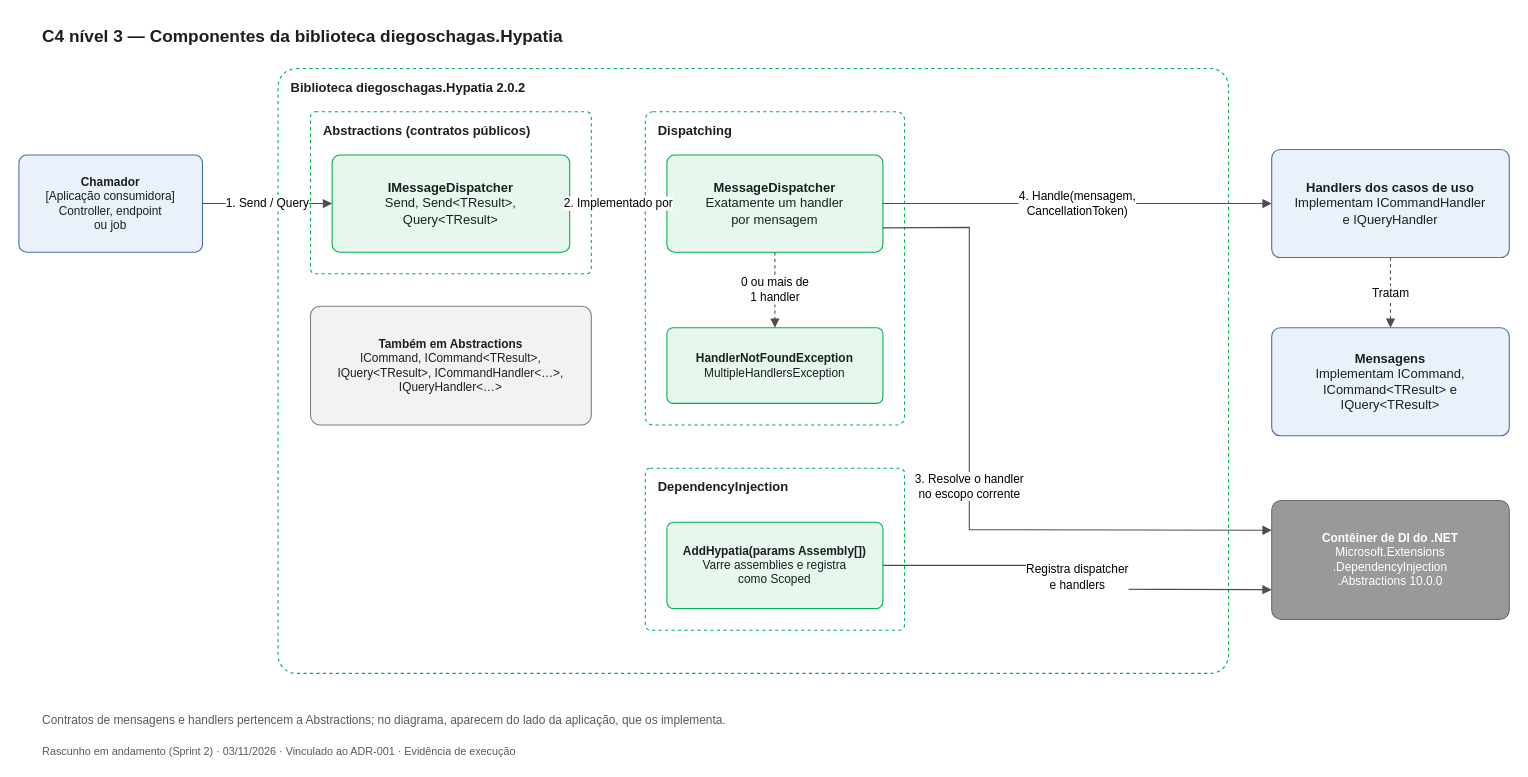
Before: page "4 · C4 nível 3 · Componentes" (4 of 6) of docs/diagramas/hypatia-mapa-do-projeto.drawio in diegoschagas/DSC.Tech.Hypatia, a draw.io diagram. Source tidied: cells renumbered, new cells numbered last; positions are measured from the earlier drawing's top-left corner, leaving out a move shared by most shapes. Both pictures are drawn from the tidied source at 108%, with x=0, y=0 at pixel (18, 18).
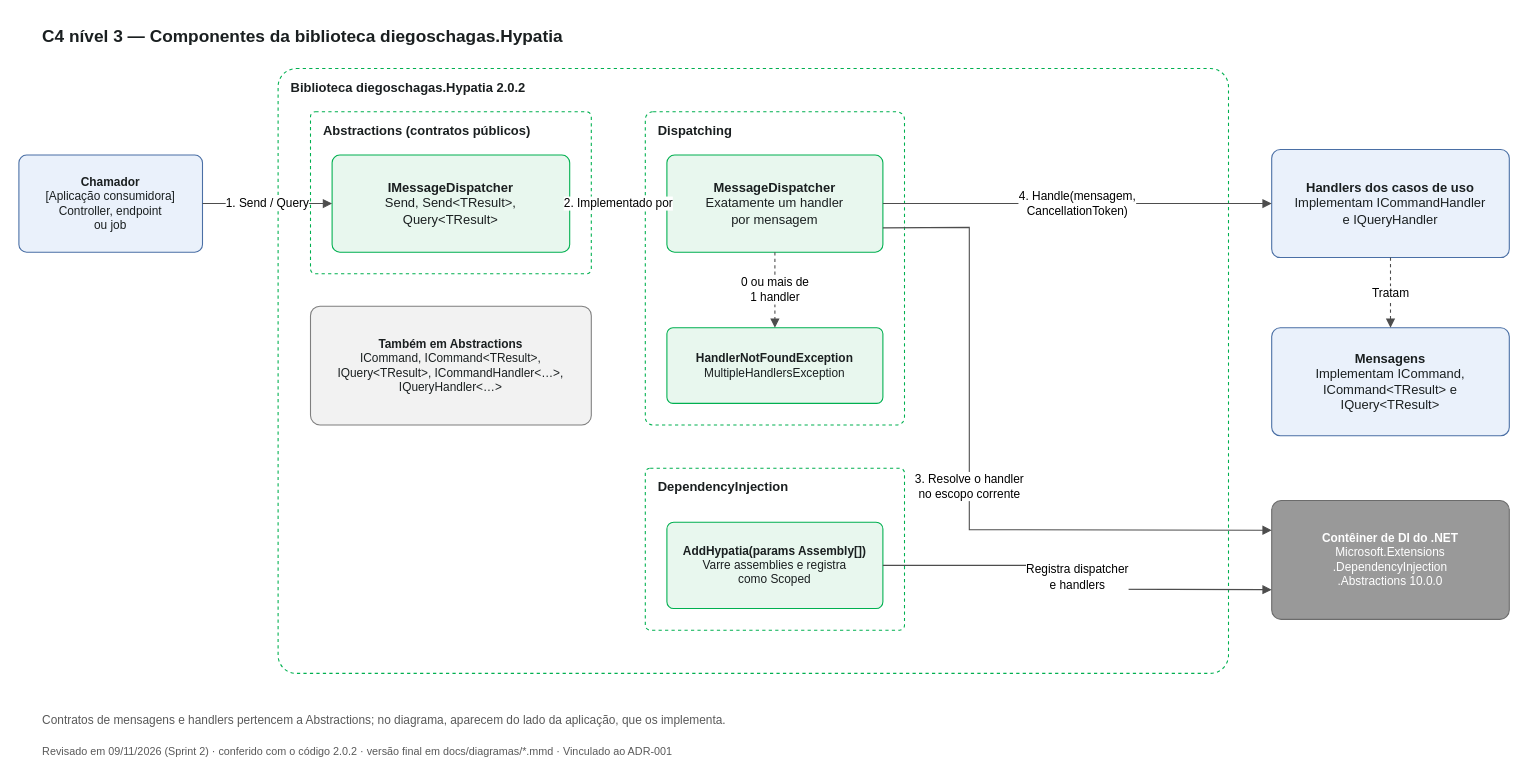
Above is the later version.

Diff of the diagram source:
```diff
@@
-    <mxCell id="24" value="Rascunho em andamento (Sprint 2) · 03/11/2026 · Vinculado ao ADR-001 · Evidência de execução" style="text;html=1;whiteSpace=wrap;strokeColor=none;fillColor=none;align=left;verticalAlign=top;fontSize=10;fontColor=#595959;" parent="1" vertex="1">
+    <mxCell id="24" value="Revisado em 09/11/2026 (Sprint 2) · conferido com o código 2.0.2 · versão final em docs/diagramas/*.mmd · Vinculado ao ADR-001" style="text;html=1;whiteSpace=wrap;strokeColor=none;fillColor=none;align=left;verticalAlign=top;fontSize=10;fontColor=#595959;" parent="1" vertex="1">
       <mxGeometry x="20" y="666" width="1300" height="16" as="geometry" />
     </mxCell>
```
